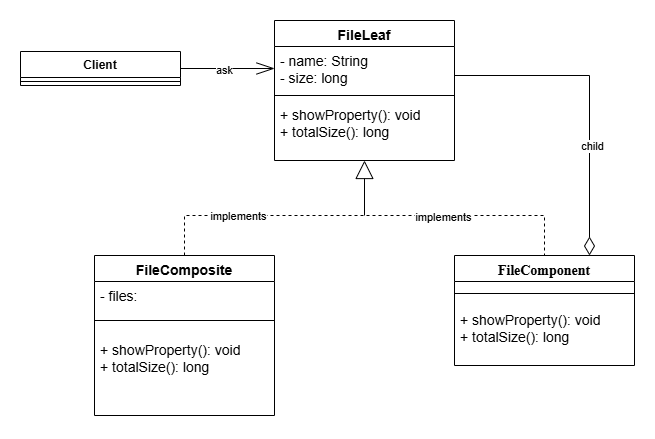
The draw.io diagram Tuan05/CompositePattern.drawio.png in baothong2k3/KienTruc-ThietKePhanMem, before a commit. Source tidied: cells renumbered, new cells last; positions are measured from the earlier drawing's top-left corner, leaving out a move shared by most shapes. Its diagram source:
```xml
<mxGraphModel>
  <root>
    <mxCell id="0" />
    <mxCell id="1" parent="0" />
    <mxCell id="2" style="edgeStyle=orthogonalEdgeStyle;rounded=0;jettySize=auto;html=1;endArrow=none;startFill=0;startArrow=block;startSize=16;" parent="1" edge="1" source="5">
      <mxGeometry relative="1" as="geometry">
        <mxPoint x="344" y="195" as="targetPoint" />
      </mxGeometry>
    </mxCell>
    <mxCell id="3" style="edgeStyle=orthogonalEdgeStyle;rounded=0;jettySize=auto;html=1;entryX=0.75;entryY=0;entryDx=0;entryDy=0;endArrow=diamondThin;endFill=0;endSize=16;" parent="1" edge="1" source="5" target="9">
      <mxGeometry relative="1" as="geometry">
        <Array as="points">
          <mxPoint x="569" y="55" />
        </Array>
      </mxGeometry>
    </mxCell>
    <mxCell id="4" value="child" style="edgeLabel;html=1;align=center;verticalAlign=middle;" parent="3" vertex="1">
      <mxGeometry x="0.3" y="2" relative="1" as="geometry" />
    </mxCell>
    <mxCell id="5" value="FileLeaf" style="swimlane;fontStyle=1;align=center;verticalAlign=top;horizontal=1;startSize=26;whiteSpace=wrap;html=1;fontSize=14;fontColor=default;" parent="1" vertex="1">
      <mxGeometry x="254" width="180" height="140" as="geometry" />
    </mxCell>
    <mxCell id="6" value="- name: String&lt;div&gt;- size: long&lt;/div&gt;" style="text;strokeColor=none;fillColor=none;align=left;verticalAlign=top;spacingLeft=4;spacingRight=4;overflow=hidden;points=[[0,0.5],[1,0.5]];portConstraint=eastwest;whiteSpace=wrap;html=1;fontSize=14;fontColor=default;" parent="5" vertex="1">
      <mxGeometry y="26" width="180" height="44" as="geometry" />
    </mxCell>
    <mxCell id="7" style="line;strokeWidth=1;fillColor=none;align=left;verticalAlign=middle;spacingTop=-1;spacingLeft=3;spacingRight=3;labelPosition=right;strokeColor=inherit;fontSize=14;fontColor=default;" parent="5" vertex="1">
      <mxGeometry y="70" width="180" height="10" as="geometry" />
    </mxCell>
    <mxCell id="8" value="+ showProperty(): void&lt;div&gt;+ totalSize(): long&lt;/div&gt;" style="text;strokeColor=none;fillColor=none;align=left;verticalAlign=top;spacingLeft=4;spacingRight=4;overflow=hidden;whiteSpace=wrap;html=1;fontSize=14;fontColor=default;" parent="5" vertex="1">
      <mxGeometry y="80" width="180" height="60" as="geometry" />
    </mxCell>
    <mxCell id="9" value="&lt;span style=&quot;box-sizing: border-box; font-family: Lora, serif; text-align: start; background-color: rgb(255, 255, 255);&quot;&gt;FileComponent&lt;/span&gt;" style="swimlane;fontStyle=1;align=center;verticalAlign=top;horizontal=1;startSize=26;whiteSpace=wrap;html=1;fontSize=14;fontColor=default;" parent="1" vertex="1">
      <mxGeometry x="434" y="235" width="180" height="110" as="geometry" />
    </mxCell>
    <mxCell id="10" style="line;strokeWidth=1;fillColor=none;align=left;verticalAlign=middle;spacingTop=-1;spacingLeft=3;spacingRight=3;labelPosition=right;strokeColor=inherit;fontSize=14;fontColor=default;" parent="9" vertex="1">
      <mxGeometry y="26" width="180" height="24" as="geometry" />
    </mxCell>
    <mxCell id="11" value="+ showProperty(): void&lt;div&gt;+ totalSize(): long&lt;/div&gt;" style="text;strokeColor=none;fillColor=none;align=left;verticalAlign=top;spacingLeft=4;spacingRight=4;overflow=hidden;whiteSpace=wrap;html=1;fontSize=14;fontColor=default;" parent="9" vertex="1">
      <mxGeometry y="50" width="180" height="60" as="geometry" />
    </mxCell>
    <mxCell id="12" style="edgeStyle=orthogonalEdgeStyle;rounded=0;jettySize=auto;html=1;entryX=0.5;entryY=0;entryDx=0;entryDy=0;endArrow=none;startFill=0;dashed=1;" parent="1" edge="1" source="15" target="9">
      <mxGeometry relative="1" as="geometry">
        <Array as="points">
          <mxPoint x="164" y="195" />
          <mxPoint x="524" y="195" />
        </Array>
      </mxGeometry>
    </mxCell>
    <mxCell id="13" value="implements" style="edgeLabel;html=1;align=center;verticalAlign=middle;" parent="12" vertex="1">
      <mxGeometry x="-0.58" relative="1" as="geometry" />
    </mxCell>
    <mxCell id="14" value="implements" style="edgeLabel;html=1;align=center;verticalAlign=middle;" parent="12" vertex="1">
      <mxGeometry x="0.35" y="-1" relative="1" as="geometry" />
    </mxCell>
    <mxCell id="15" value="FileComposite" style="swimlane;fontStyle=1;align=center;verticalAlign=top;horizontal=1;startSize=26;whiteSpace=wrap;html=1;fontSize=14;" parent="1" vertex="1">
      <mxGeometry x="74" y="235" width="180" height="160" as="geometry" />
    </mxCell>
    <mxCell id="16" value="- files: List&amp;lt;FileComponent&amp;gt;" style="text;strokeColor=none;fillColor=none;align=left;verticalAlign=top;spacingLeft=4;spacingRight=4;overflow=hidden;whiteSpace=wrap;html=1;fontSize=14;" parent="15" vertex="1">
      <mxGeometry y="26" width="180" height="24" as="geometry" />
    </mxCell>
    <mxCell id="17" style="line;strokeWidth=1;fillColor=none;align=left;verticalAlign=middle;spacingTop=-1;spacingLeft=3;spacingRight=3;labelPosition=right;strokeColor=inherit;fontSize=14;" parent="15" vertex="1">
      <mxGeometry y="50" width="180" height="30" as="geometry" />
    </mxCell>
    <mxCell id="18" value="+ showProperty(): void&lt;div&gt;+ totalSize(): long&lt;/div&gt;" style="text;strokeColor=none;fillColor=none;align=left;verticalAlign=top;spacingLeft=4;spacingRight=4;overflow=hidden;whiteSpace=wrap;html=1;fontSize=14;" parent="15" vertex="1">
      <mxGeometry y="80" width="180" height="80" as="geometry" />
    </mxCell>
    <mxCell id="19" style="edgeStyle=orthogonalEdgeStyle;rounded=0;jettySize=auto;html=1;entryX=0;entryY=0.5;entryDx=0;entryDy=0;endArrow=openThin;endFill=0;endSize=16;" parent="1" edge="1" source="21" target="6">
      <mxGeometry relative="1" as="geometry" />
    </mxCell>
    <mxCell id="20" value="ask" style="edgeLabel;html=1;align=center;verticalAlign=middle;" parent="19" vertex="1">
      <mxGeometry x="-0.09" y="-1" relative="1" as="geometry" />
    </mxCell>
    <mxCell id="21" value="Client" style="swimlane;fontStyle=1;align=center;verticalAlign=top;horizontal=1;startSize=26;whiteSpace=wrap;html=1;" parent="1" vertex="1">
      <mxGeometry y="31" width="160" height="34" as="geometry" />
    </mxCell>
    <mxCell id="22" style="line;strokeWidth=1;fillColor=none;align=left;verticalAlign=middle;spacingTop=-1;spacingLeft=3;spacingRight=3;labelPosition=right;strokeColor=inherit;" parent="21" vertex="1">
      <mxGeometry y="26" width="160" height="8" as="geometry" />
    </mxCell>
  </root>
</mxGraphModel>
```
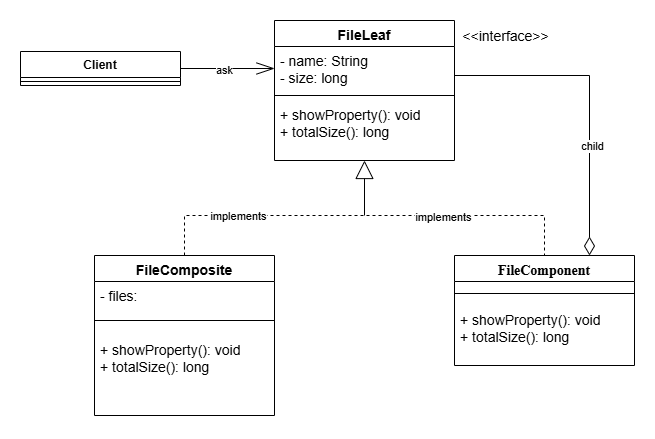
Above is the later version.

Diff of the diagram source:
```diff
@@ -76,5 +76,8 @@
     <mxCell id="22" style="line;strokeWidth=1;fillColor=none;align=left;verticalAlign=middle;spacingTop=-1;spacingLeft=3;spacingRight=3;labelPosition=right;strokeColor=inherit;" parent="21" vertex="1">
       <mxGeometry y="26" width="160" height="8" as="geometry" />
     </mxCell>
+    <mxCell id="23" value="&amp;lt;&amp;lt;interface&amp;gt;&amp;gt;" style="text;html=1;align=center;verticalAlign=middle;strokeColor=none;fillColor=none;fontSize=14;" parent="1" vertex="1">
+      <mxGeometry x="430" y="1" width="110" height="30" as="geometry" />
+    </mxCell>
   </root>
 </mxGraphModel>
```
